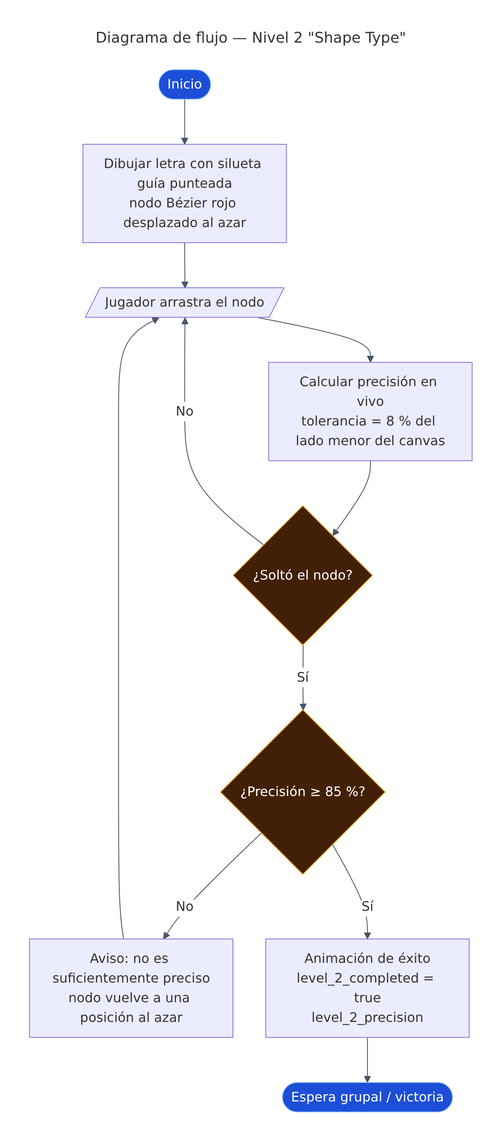
This is docs/diagramas/08-flujo-nivel2-shape-type.png from morphine75/escape_room, a Mermaid export, as it was before one commit. Its source is kept beside it as docs/diagramas/fuentes/08-flujo-nivel2-shape-type.mmd.
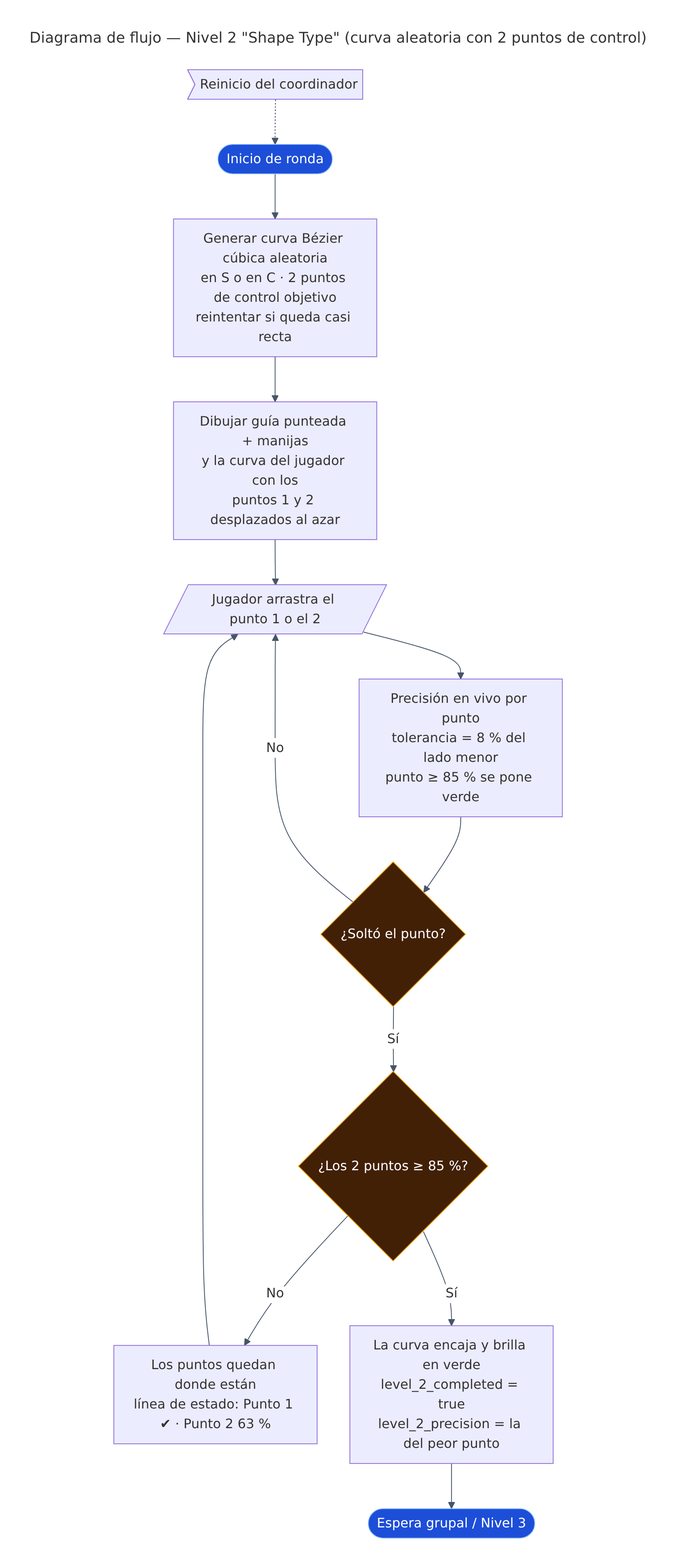
Above is the later version.

Commit message:
Shape Type: random cubic curve with two control points

Diff of the diagram source:
```diff
@@ -1,15 +1,17 @@
 ---
-title: Diagrama de flujo — Nivel 2 "Shape Type"
+title: Diagrama de flujo — Nivel 2 "Shape Type" (curva aleatoria con 2 puntos de control)
 ---
 flowchart TD
-  A([Inicio]) --> B[Dibujar letra con silueta guía punteada<br/>nodo Bézier rojo desplazado al azar]
-  B --> D[/Jugador arrastra el nodo/]
-  D --> P[Calcular precisión en vivo<br/>tolerancia = 8 % del lado menor del canvas]
-  P --> U{¿Soltó el nodo?}
+  A([Inicio de ronda]) --> G[Generar curva Bézier cúbica aleatoria<br/>en S o en C · 2 puntos de control objetivo<br/>reintentar si queda casi recta]
+  G --> B[Dibujar guía punteada + manijas<br/>y la curva del jugador con los<br/>puntos 1 y 2 desplazados al azar]
+  B --> D[/Jugador arrastra el punto 1 o el 2/]
+  D --> P[Precisión en vivo por punto<br/>tolerancia = 8 % del lado menor<br/>punto ≥ 85 % se pone verde]
+  P --> U{¿Soltó el punto?}
   U -- No --> D
-  U -- Sí --> C{¿Precisión ≥ 85 %?}
-  C -- No --> F[Aviso: no es suficientemente preciso<br/>nodo vuelve a una posición al azar] --> D
-  C -- Sí --> OK[Animación de éxito<br/>level_2_completed = true<br/>level_2_precision] --> FIN([Espera grupal / victoria])
+  U -- Sí --> C{¿Los 2 puntos ≥ 85 %?}
+  C -- No --> KEEP[Los puntos quedan donde están<br/>línea de estado: Punto 1 ✔ · Punto 2 63 %] --> D
+  C -- Sí --> OK[La curva encaja y brilla en verde<br/>level_2_completed = true<br/>level_2_precision = la del peor punto] --> FIN([Espera grupal / Nivel 3])
+  RST>Reinicio del coordinador] -.-> A
 
   classDef term fill:#1d4ed8,stroke:#93c5fd,color:#fff
   classDef dec fill:#422006,stroke:#f59e0b,color:#fff
```
